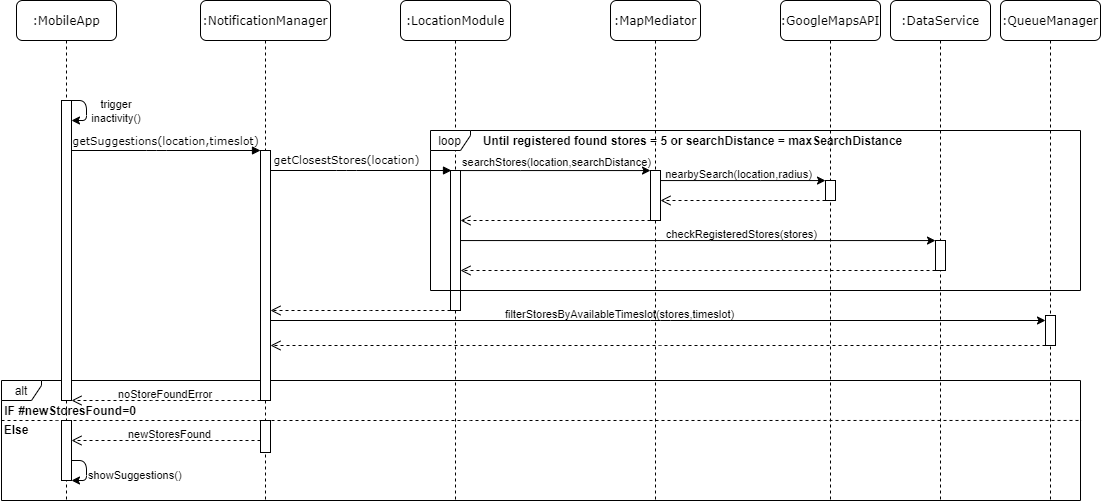
Above: Relevant DD information/Sequence Diagrams/PNG/suggestion1Seq.png in EtionPinari/PinariRomeoSbrolli (draw.io), before the change. Source tidied: cells renumbered, new cells last; positions are measured from the earlier drawing's top-left corner, leaving out a move shared by most shapes.
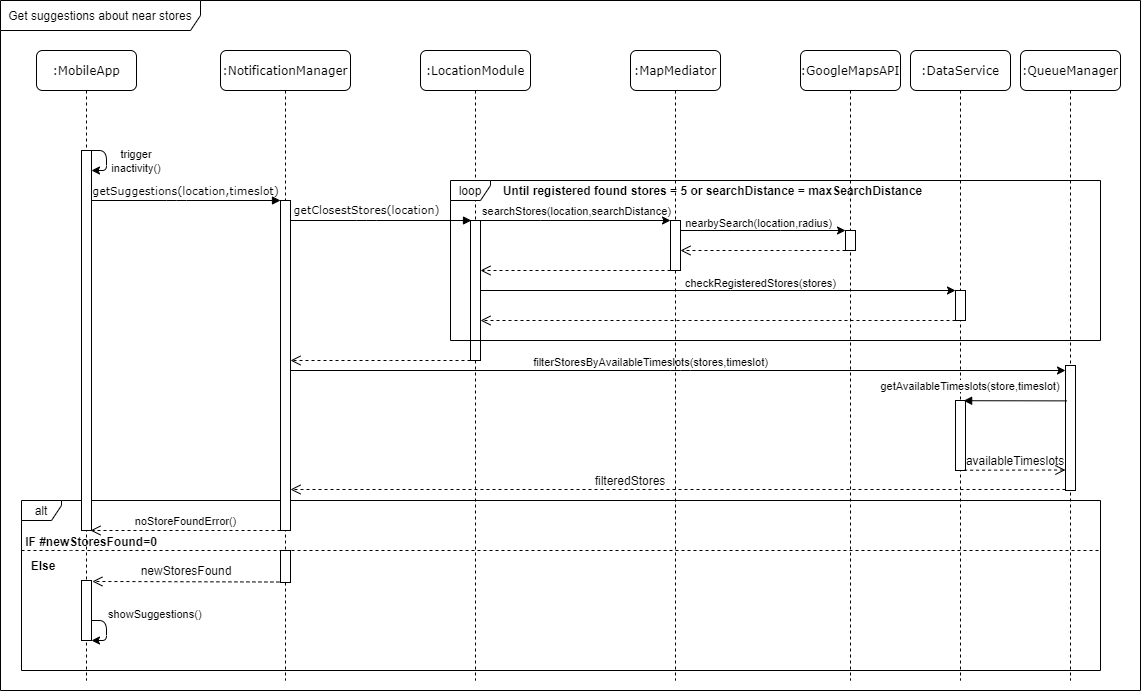
The same diagram one commit later.

The edit, as a diff of the source:
```diff
@@ -3,22 +3,22 @@
     <mxCell id="0" />
     <mxCell id="1" parent="0" />
     <mxCell id="2" value="alt" style="shape=umlFrame;whiteSpace=wrap;html=1;width=40;height=20;" parent="1" vertex="1">
-      <mxGeometry x="1" y="380" width="1079" height="120" as="geometry" />
+      <mxGeometry x="1" y="450" width="1079" height="170" as="geometry" />
     </mxCell>
     <mxCell id="3" value=":NotificationManager" style="shape=umlLifeline;perimeter=lifelinePerimeter;whiteSpace=wrap;html=1;rounded=1;shadow=0;comic=0;labelBackgroundColor=none;strokeWidth=1;fontFamily=Verdana;fontSize=12;align=center;" parent="1" vertex="1">
-      <mxGeometry x="200" width="130" height="500" as="geometry" />
+      <mxGeometry x="200" width="130" height="630" as="geometry" />
     </mxCell>
     <mxCell id="4" style="html=1;points=[];perimeter=orthogonalPerimeter;rounded=0;shadow=0;comic=0;labelBackgroundColor=none;strokeWidth=1;fontFamily=Verdana;fontSize=12;align=center;" parent="3" vertex="1">
-      <mxGeometry x="60" y="150" width="10" height="250" as="geometry" />
+      <mxGeometry x="60" y="150" width="10" height="330" as="geometry" />
     </mxCell>
     <mxCell id="5" style="html=1;points=[];perimeter=orthogonalPerimeter;rounded=0;shadow=0;comic=0;labelBackgroundColor=none;strokeWidth=1;fontFamily=Verdana;fontSize=12;align=center;" parent="3" vertex="1">
-      <mxGeometry x="60" y="420" width="10" height="32" as="geometry" />
+      <mxGeometry x="60" y="500" width="10" height="32" as="geometry" />
     </mxCell>
     <mxCell id="6" value=":MobileApp" style="shape=umlLifeline;perimeter=lifelinePerimeter;whiteSpace=wrap;html=1;rounded=1;shadow=0;comic=0;labelBackgroundColor=none;strokeWidth=1;fontFamily=Verdana;fontSize=12;align=center;" parent="1" vertex="1">
-      <mxGeometry x="16" width="100" height="500" as="geometry" />
+      <mxGeometry x="16" width="100" height="630" as="geometry" />
     </mxCell>
     <mxCell id="7" style="html=1;points=[];perimeter=orthogonalPerimeter;rounded=0;shadow=0;comic=0;labelBackgroundColor=none;strokeWidth=1;fontFamily=Verdana;fontSize=12;align=center;" parent="6" vertex="1">
-      <mxGeometry x="45" y="100" width="10" height="300" as="geometry" />
+      <mxGeometry x="45" y="100" width="10" height="380" as="geometry" />
     </mxCell>
     <mxCell id="8" style="endArrow=classic;html=1;" parent="6" edge="1">
       <mxGeometry relative="1" as="geometry">
@@ -30,19 +30,6 @@
         </Array>
       </mxGeometry>
     </mxCell>
-    <mxCell id="9" style="html=1;points=[];perimeter=orthogonalPerimeter;rounded=0;shadow=0;comic=0;labelBackgroundColor=none;strokeWidth=1;fontFamily=Verdana;fontSize=12;align=center;" parent="6" vertex="1">
-      <mxGeometry x="45" y="420" width="10" height="60" as="geometry" />
-    </mxCell>
-    <mxCell id="10" style="endArrow=classic;html=1;" parent="6" edge="1">
-      <mxGeometry relative="1" as="geometry">
-        <mxPoint x="55" y="460" as="sourcePoint" />
-        <mxPoint x="55" y="480" as="targetPoint" />
-        <Array as="points">
-          <mxPoint x="70" y="460" />
-          <mxPoint x="70" y="480" />
-        </Array>
-      </mxGeometry>
-    </mxCell>
     <mxCell id="11" value="&lt;font style=&quot;font-size: 11px&quot;&gt;getSuggestions(location,timeslot)&lt;/font&gt;" style="html=1;verticalAlign=bottom;endArrow=block;labelBackgroundColor=none;fontFamily=Verdana;fontSize=12;edgeStyle=elbowEdgeStyle;elbow=vertical;" parent="1" edge="1" source="7" target="4">
       <mxGeometry relative="1" as="geometry">
         <Array as="points">
@@ -67,14 +54,14 @@
       <mxGeometry x="86" y="100" width="60" height="20" as="geometry" />
     </mxCell>
     <mxCell id="14" value="IF #newStoresFound=0" style="text;html=1;strokeColor=none;fillColor=none;align=center;verticalAlign=middle;whiteSpace=wrap;rounded=0;fontStyle=1;" parent="1" vertex="1">
-      <mxGeometry y="405" width="140" height="10" as="geometry" />
+      <mxGeometry x="1" y="486" width="140" height="10" as="geometry" />
     </mxCell>
-    <mxCell id="15" style="endArrow=none;dashed=1;html=1;entryX=1.001;entryY=0.333;entryDx=0;entryDy=0;entryPerimeter=0;" parent="1" edge="1" target="2">
+    <mxCell id="15" style="endArrow=none;dashed=1;html=1;exitX=0;exitY=0.294;exitDx=0;exitDy=0;exitPerimeter=0;" parent="1" edge="1" source="2">
       <mxGeometry relative="1" as="geometry">
-        <mxPoint x="1" y="420" as="sourcePoint" />
+        <mxPoint x="1081" y="500" as="targetPoint" />
         <Array as="points">
-          <mxPoint x="47" y="420" />
-          <mxPoint x="460" y="420" />
+          <mxPoint x="60" y="500" />
+          <mxPoint x="470" y="500" />
         </Array>
       </mxGeometry>
     </mxCell>
@@ -85,59 +72,45 @@
         </Array>
       </mxGeometry>
     </mxCell>
-    <mxCell id="17" style="html=1;verticalAlign=bottom;endArrow=open;dashed=1;endSize=8;" parent="1" edge="1" source="4" target="7">
-      <mxGeometry relative="1" as="geometry">
-        <Array as="points">
-          <mxPoint x="161" y="400" />
-        </Array>
-      </mxGeometry>
-    </mxCell>
-    <mxCell id="18" value="&lt;span style=&quot;color: rgb(0 , 0 , 0) ; font-family: &amp;#34;helvetica&amp;#34; ; font-size: 11px ; font-style: normal ; font-weight: 400 ; letter-spacing: normal ; text-align: center ; text-indent: 0px ; text-transform: none ; word-spacing: 0px ; display: inline ; float: none&quot;&gt;noStoreFoundError&lt;/span&gt;" style="text;whiteSpace=wrap;html=1;" parent="1" vertex="1">
-      <mxGeometry x="116" y="380" width="120" height="30" as="geometry" />
-    </mxCell>
-    <mxCell id="19" style="html=1;verticalAlign=bottom;endArrow=open;dashed=1;endSize=8;" parent="1" edge="1" source="5" target="9">
-      <mxGeometry relative="1" as="geometry">
-        <Array as="points">
-          <mxPoint x="156" y="440" />
-        </Array>
-      </mxGeometry>
+    <mxCell id="19" style="html=1;verticalAlign=bottom;endArrow=open;dashed=1;endSize=8;exitX=-0.108;exitY=0.985;exitDx=0;exitDy=0;exitPerimeter=0;entryX=1.087;entryY=0.016;entryDx=0;entryDy=0;entryPerimeter=0;" parent="1" edge="1" source="5" target="9">
+      <mxGeometry relative="1" as="geometry" />
     </mxCell>
-    <mxCell id="20" value="&lt;div style=&quot;text-align: center&quot;&gt;&lt;font face=&quot;helvetica&quot;&gt;&lt;span style=&quot;font-size: 11px&quot;&gt;newStoresFound&lt;/span&gt;&lt;/font&gt;&lt;/div&gt;" style="text;whiteSpace=wrap;html=1;" parent="1" vertex="1">
-      <mxGeometry x="126" y="420" width="90" height="20" as="geometry" />
-    </mxCell>
     <mxCell id="21" value="&lt;div style=&quot;text-align: center&quot;&gt;&lt;font face=&quot;helvetica&quot;&gt;&lt;span style=&quot;font-size: 11px&quot;&gt;showSuggestions()&lt;/span&gt;&lt;/font&gt;&lt;/div&gt;" style="text;whiteSpace=wrap;html=1;" parent="1" vertex="1">
-      <mxGeometry x="86" y="461" width="100" height="20" as="geometry" />
+      <mxGeometry x="86" y="550" width="100" height="20" as="geometry" />
     </mxCell>
     <mxCell id="22" style="edgeStyle=orthogonalEdgeStyle;rounded=0;orthogonalLoop=1;jettySize=auto;html=1;exitX=0.5;exitY=1;exitDx=0;exitDy=0;" parent="1" edge="1" source="21" target="21">
       <mxGeometry relative="1" as="geometry" />
     </mxCell>
     <mxCell id="23" value="Else" style="text;html=1;strokeColor=none;fillColor=none;align=center;verticalAlign=middle;whiteSpace=wrap;rounded=0;fontStyle=1;" parent="1" vertex="1">
-      <mxGeometry x="3" y="424" width="26" height="10" as="geometry" />
+      <mxGeometry x="10" y="510" width="26" height="10" as="geometry" />
     </mxCell>
     <mxCell id="24" value=":LocationModule" style="shape=umlLifeline;perimeter=lifelinePerimeter;whiteSpace=wrap;html=1;rounded=1;shadow=0;comic=0;labelBackgroundColor=none;strokeWidth=1;fontFamily=Verdana;fontSize=12;align=center;" parent="1" vertex="1">
-      <mxGeometry x="400" width="110" height="500" as="geometry" />
+      <mxGeometry x="400" width="110" height="630" as="geometry" />
     </mxCell>
     <mxCell id="25" style="html=1;points=[];perimeter=orthogonalPerimeter;rounded=0;shadow=0;comic=0;labelBackgroundColor=none;strokeWidth=1;fontFamily=Verdana;fontSize=12;align=center;" parent="24" vertex="1">
       <mxGeometry x="50" y="170" width="10" height="140" as="geometry" />
     </mxCell>
     <mxCell id="26" value=":MapMediator" style="shape=umlLifeline;perimeter=lifelinePerimeter;whiteSpace=wrap;html=1;rounded=1;shadow=0;comic=0;labelBackgroundColor=none;strokeWidth=1;fontFamily=Verdana;fontSize=12;align=center;" parent="1" vertex="1">
-      <mxGeometry x="610" width="90" height="500" as="geometry" />
+      <mxGeometry x="610" width="90" height="630" as="geometry" />
     </mxCell>
     <mxCell id="27" style="html=1;points=[];perimeter=orthogonalPerimeter;rounded=0;shadow=0;comic=0;labelBackgroundColor=none;strokeWidth=1;fontFamily=Verdana;fontSize=12;align=center;" parent="26" vertex="1">
       <mxGeometry x="40" y="170" width="10" height="50" as="geometry" />
     </mxCell>
     <mxCell id="28" value=":GoogleMapsAPI" style="shape=umlLifeline;perimeter=lifelinePerimeter;whiteSpace=wrap;html=1;rounded=1;shadow=0;comic=0;labelBackgroundColor=none;strokeWidth=1;fontFamily=Verdana;fontSize=12;align=center;" parent="1" vertex="1">
-      <mxGeometry x="780" width="100" height="500" as="geometry" />
+      <mxGeometry x="780" width="100" height="630" as="geometry" />
     </mxCell>
     <mxCell id="29" style="html=1;points=[];perimeter=orthogonalPerimeter;rounded=0;shadow=0;comic=0;labelBackgroundColor=none;strokeWidth=1;fontFamily=Verdana;fontSize=12;align=center;" parent="28" vertex="1">
       <mxGeometry x="45" y="180" width="10" height="20" as="geometry" />
     </mxCell>
     <mxCell id="30" value=":DataService" style="shape=umlLifeline;perimeter=lifelinePerimeter;whiteSpace=wrap;html=1;rounded=1;shadow=0;comic=0;labelBackgroundColor=none;strokeWidth=1;fontFamily=Verdana;fontSize=12;align=center;" parent="1" vertex="1">
-      <mxGeometry x="890" width="100" height="500" as="geometry" />
+      <mxGeometry x="890" width="100" height="630" as="geometry" />
     </mxCell>
     <mxCell id="31" style="html=1;points=[];perimeter=orthogonalPerimeter;rounded=0;shadow=0;comic=0;labelBackgroundColor=none;strokeWidth=1;fontFamily=Verdana;fontSize=12;align=center;" parent="30" vertex="1">
       <mxGeometry x="45" y="240" width="10" height="30" as="geometry" />
     </mxCell>
+    <mxCell id="48" style="html=1;points=[];perimeter=orthogonalPerimeter;" parent="30" vertex="1">
+      <mxGeometry x="45" y="350" width="10" height="70" as="geometry" />
+    </mxCell>
     <mxCell id="32" value="Until registered found stores = 5 or searchDistance = maxSearchDistance" style="text;html=1;strokeColor=none;fillColor=none;align=center;verticalAlign=middle;whiteSpace=wrap;rounded=0;fontStyle=1;" parent="1" vertex="1">
       <mxGeometry x="470" y="130" width="445" height="20" as="geometry" />
     </mxCell>
@@ -205,10 +178,10 @@
       </mxGeometry>
     </mxCell>
     <mxCell id="42" value=":QueueManager" style="shape=umlLifeline;perimeter=lifelinePerimeter;whiteSpace=wrap;html=1;rounded=1;shadow=0;comic=0;labelBackgroundColor=none;strokeWidth=1;fontFamily=Verdana;fontSize=12;align=center;" parent="1" vertex="1">
-      <mxGeometry x="1000" width="100" height="500" as="geometry" />
+      <mxGeometry x="1000" width="100" height="630" as="geometry" />
     </mxCell>
     <mxCell id="43" style="html=1;points=[];perimeter=orthogonalPerimeter;rounded=0;shadow=0;comic=0;labelBackgroundColor=none;strokeWidth=1;fontFamily=Verdana;fontSize=12;align=center;" parent="42" vertex="1">
-      <mxGeometry x="45" y="315" width="10" height="30" as="geometry" />
+      <mxGeometry x="45" y="315" width="10" height="125" as="geometry" />
     </mxCell>
     <mxCell id="44" style="endArrow=classic;html=1;" parent="1" edge="1" source="4" target="43">
       <mxGeometry relative="1" as="geometry">
@@ -217,20 +190,63 @@
         </Array>
       </mxGeometry>
     </mxCell>
-    <mxCell id="45" value="filterStoresByAvailableTimeslot(stores,timeslot)" style="edgeLabel;html=1;align=center;verticalAlign=middle;labelBackgroundColor=none;" parent="44" vertex="1">
+    <mxCell id="45" value="filterStoresByAvailableTimeslots(stores,timeslot)" style="edgeLabel;html=1;align=center;verticalAlign=middle;labelBackgroundColor=none;" parent="44" vertex="1">
       <mxGeometry x="-0.17" y="-1" relative="1" as="geometry">
-        <mxPoint x="25.6" y="-8" as="offset" />
+        <mxPoint x="37.7" y="-9" as="offset" />
       </mxGeometry>
     </mxCell>
-    <mxCell id="46" style="html=1;verticalAlign=bottom;endArrow=open;dashed=1;endSize=8;" parent="1" edge="1" source="43" target="4">
+    <mxCell id="46" style="html=1;verticalAlign=bottom;endArrow=open;dashed=1;endSize=8;" parent="1" edge="1">
       <mxGeometry relative="1" as="geometry">
+        <mxPoint x="1045" y="439" as="sourcePoint" />
+        <mxPoint x="270" y="439" as="targetPoint" />
         <Array as="points">
-          <mxPoint x="650" y="345" />
+          <mxPoint x="750" y="439" />
+          <mxPoint x="640" y="439" />
         </Array>
       </mxGeometry>
     </mxCell>
     <mxCell id="47" value="loop" style="shape=umlFrame;whiteSpace=wrap;html=1;fontSize=12;width=40;height=20;" parent="1" vertex="1">
       <mxGeometry x="430" y="130" width="650" height="160" as="geometry" />
     </mxCell>
+    <mxCell id="49" value="filteredStores" style="text;html=1;strokeColor=none;fillColor=none;align=center;verticalAlign=middle;whiteSpace=wrap;rounded=0;" parent="1" vertex="1">
+      <mxGeometry x="590" y="420" width="40" height="20" as="geometry" />
+    </mxCell>
+    <mxCell id="9" style="html=1;points=[];perimeter=orthogonalPerimeter;rounded=0;shadow=0;comic=0;labelBackgroundColor=none;strokeWidth=1;fontFamily=Verdana;fontSize=12;align=center;" parent="1" vertex="1">
+      <mxGeometry x="61" y="530" width="10" height="60" as="geometry" />
+    </mxCell>
+    <mxCell id="10" style="endArrow=classic;html=1;" parent="1" edge="1">
+      <mxGeometry relative="1" as="geometry">
+        <mxPoint x="71" y="570" as="sourcePoint" />
+        <mxPoint x="71" y="590" as="targetPoint" />
+        <Array as="points">
+          <mxPoint x="86" y="570" />
+          <mxPoint x="86" y="590" />
+        </Array>
+      </mxGeometry>
+    </mxCell>
+    <mxCell id="50" style="endArrow=block;endFill=1;endSize=6;html=1;exitX=0.153;exitY=0.283;exitDx=0;exitDy=0;exitPerimeter=0;entryX=0.814;entryY=0.003;entryDx=0;entryDy=0;entryPerimeter=0;" parent="1" edge="1" source="43" target="48">
+      <mxGeometry relative="1" as="geometry" />
+    </mxCell>
+    <mxCell id="51" value="&lt;span style=&quot;font-size: 11px ; background-color: rgb(255 , 255 , 255)&quot;&gt;getAvailableTimeslots(store,timeslot)&lt;/span&gt;" style="text;html=1;strokeColor=none;fillColor=none;align=center;verticalAlign=middle;whiteSpace=wrap;rounded=0;" parent="1" vertex="1">
+      <mxGeometry x="930" y="325" width="40" height="20" as="geometry" />
+    </mxCell>
+    <mxCell id="52" value="availableTimeslots" style="text;html=1;strokeColor=none;fillColor=none;align=center;verticalAlign=middle;whiteSpace=wrap;rounded=0;" parent="1" vertex="1">
+      <mxGeometry x="980" y="400" width="30" height="20" as="geometry" />
+    </mxCell>
+    <mxCell id="53" style="html=1;verticalAlign=bottom;endArrow=open;dashed=1;endSize=8;entryX=-0.007;entryY=0.836;entryDx=0;entryDy=0;entryPerimeter=0;exitX=0.86;exitY=0.996;exitDx=0;exitDy=0;exitPerimeter=0;" parent="1" edge="1" source="48" target="43">
+      <mxGeometry relative="1" as="geometry" />
+    </mxCell>
+    <mxCell id="54" value="noStoreFoundError()" style="html=1;verticalAlign=bottom;endArrow=open;dashed=1;endSize=8;" parent="1" edge="1">
+      <mxGeometry relative="1" as="geometry">
+        <mxPoint x="260" y="480" as="sourcePoint" />
+        <mxPoint x="70" y="480" as="targetPoint" />
+      </mxGeometry>
+    </mxCell>
+    <mxCell id="20" value="newStoresFound" style="text;html=1;strokeColor=none;fillColor=none;align=center;verticalAlign=middle;whiteSpace=wrap;rounded=0;" parent="1" vertex="1">
+      <mxGeometry x="146" y="510" width="40" height="20" as="geometry" />
+    </mxCell>
+    <mxCell id="55" value="Get suggestions about near stores" style="shape=umlFrame;whiteSpace=wrap;html=1;fillColor=#FFFFFF;width=200;height=30;" parent="1" vertex="1">
+      <mxGeometry x="-20" y="-50" width="1140" height="690" as="geometry" />
+    </mxCell>
   </root>
 </mxGraphModel>
```
